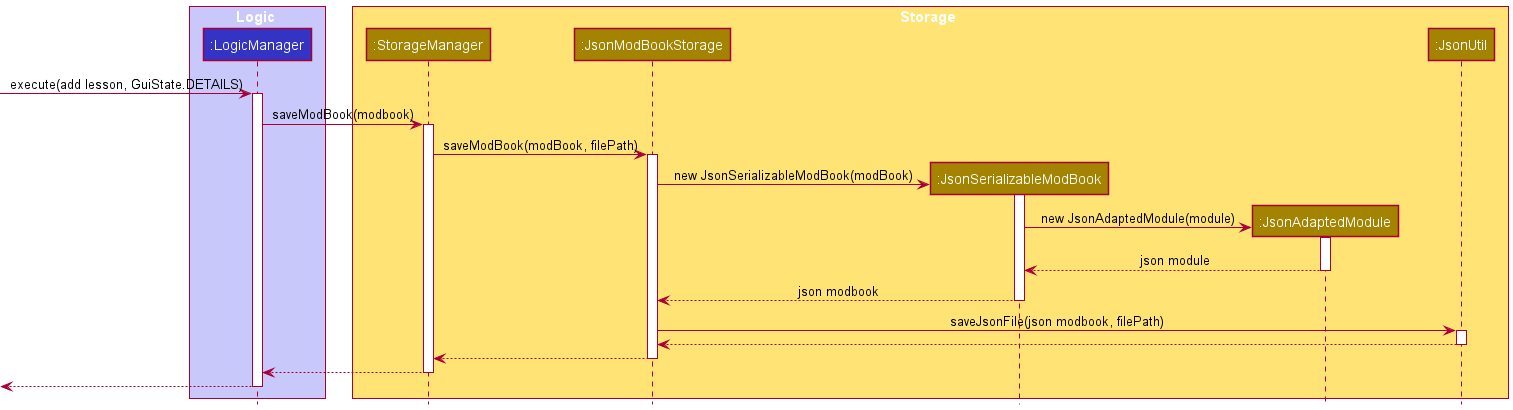
Above: docs/images/StorageSequenceDiagram.png in rohit0718/tp (PlantUML), before the change.
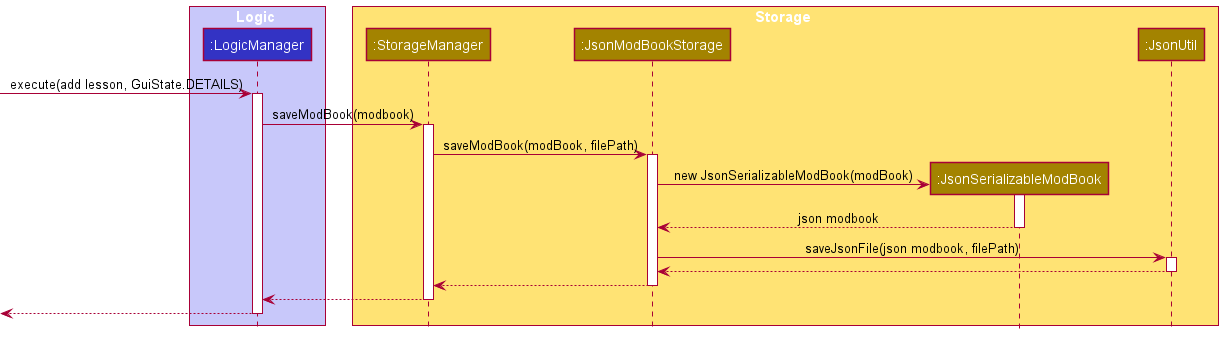
After the change.

Commit message:
Update sequence diagram for Storage

The edit, as a diff of the source:
```diff
@@ -9,7 +9,6 @@
 participant ":StorageManager" as StorageManager STORAGE_COLOR
 participant ":JsonModBookStorage" as JsonModBookStorage STORAGE_COLOR
 participant ":JsonSerializableModBook" as JsonSerializableModBook STORAGE_COLOR
-participant ":JsonAdaptedModule" as JsonAdaptedModule STORAGE_COLOR
 participant ":JsonUtil" as JsonUtil STORAGE_COLOR
 end box
 
@@ -25,13 +24,6 @@
 create JsonSerializableModBook
 JsonModBookStorage -> JsonSerializableModBook : new JsonSerializableModBook(modBook)
 activate JsonSerializableModBook
-
-create JsonAdaptedModule
-JsonSerializableModBook -> JsonAdaptedModule : new JsonAdaptedModule(module)
-activate JsonAdaptedModule
-
-JsonAdaptedModule --> JsonSerializableModBook : json module
-deactivate JsonAdaptedModule
 
 JsonSerializableModBook --> JsonModBookStorage : json modbook
 deactivate JsonSerializableModBook
```
